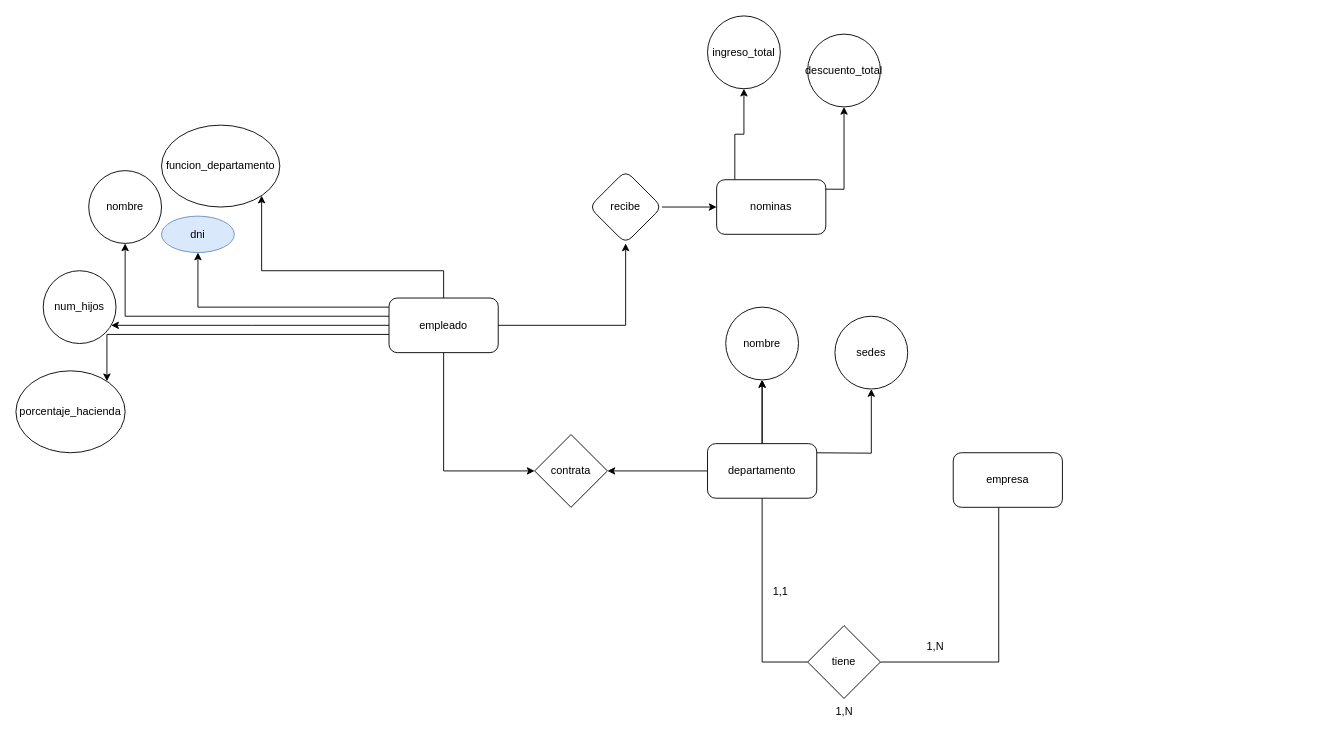
Above: page "Page-1" (1 of 2) of EXAMENRECUPERACIONBBD.drawio in Ekret/base-datos (draw.io), before the change. Source tidied: cells renumbered, new cells numbered last; positions are measured from the earlier drawing's top-left corner, leaving out a move shared by most shapes. Both pictures are drawn from the tidied source at 91%, with x=0, y=0 at pixel (15, 15).
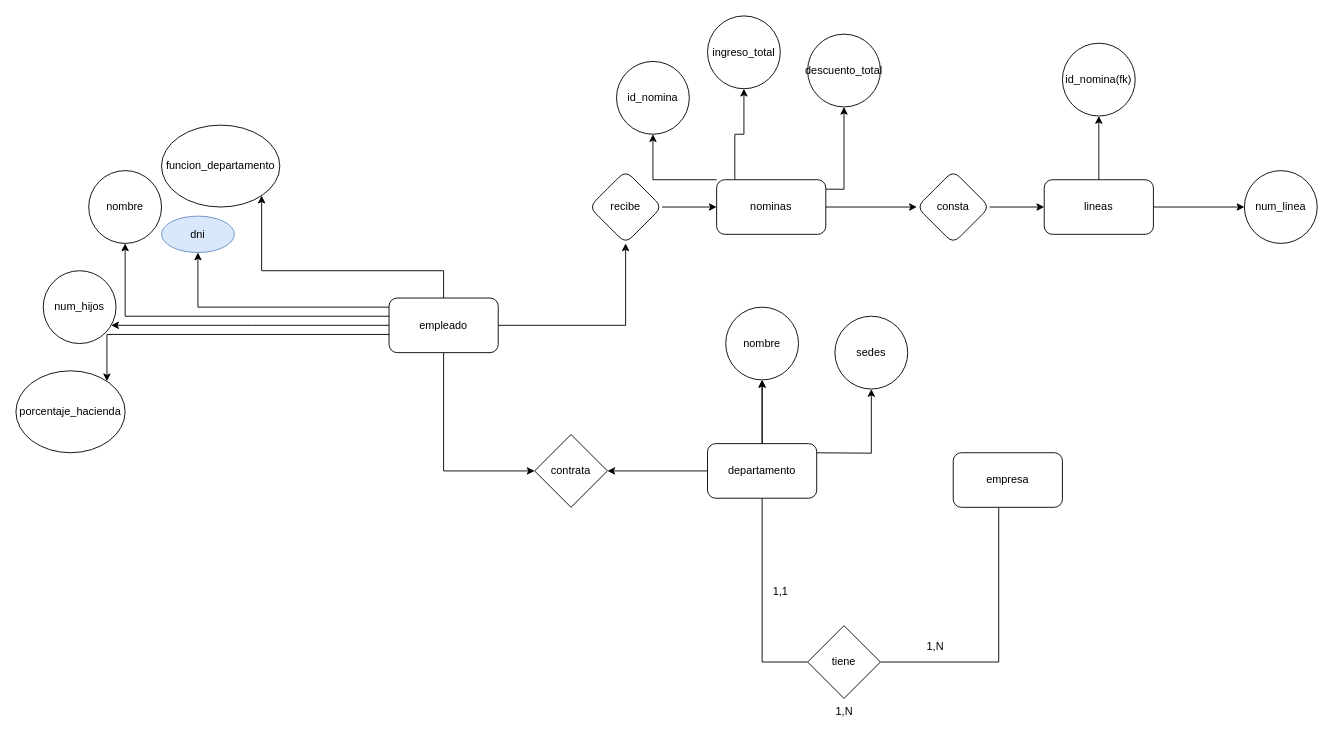
The same page after the edit.

The change refers to these unchanged cells:
```xml
<mxCell id="27" value="nominas" style="whiteSpace=wrap;html=1;rounded=1;" parent="1" vertex="1">
  <mxGeometry x="770" y="180" width="120" height="60" as="geometry" />
</mxCell>
```

Diff of the diagram source:
```diff
@@
+    <mxCell id="37" style="edgeStyle=orthogonalEdgeStyle;rounded=0;jettySize=auto;html=1;" parent="1" edge="1" source="27" target="40">
+      <mxGeometry relative="1" as="geometry" />
+    </mxCell>
+    <mxCell id="38" style="edgeStyle=orthogonalEdgeStyle;rounded=0;jettySize=auto;html=1;" parent="1" edge="1" source="27" target="45">
+      <mxGeometry relative="1" as="geometry">
+        <Array as="points">
+          <mxPoint x="700" y="180" />
+        </Array>
+      </mxGeometry>
+    </mxCell>
@@
+    <mxCell id="39" style="edgeStyle=orthogonalEdgeStyle;rounded=0;jettySize=auto;html=1;" parent="1" edge="1" source="40" target="43">
+      <mxGeometry relative="1" as="geometry" />
+    </mxCell>
+    <mxCell id="40" value="consta" style="rhombus;whiteSpace=wrap;html=1;rounded=1;" parent="1" vertex="1">
+      <mxGeometry x="990" y="170" width="80" height="80" as="geometry" />
+    </mxCell>
+    <mxCell id="41" style="edgeStyle=orthogonalEdgeStyle;rounded=0;jettySize=auto;html=1;" parent="1" edge="1" source="43" target="44">
+      <mxGeometry relative="1" as="geometry" />
+    </mxCell>
+    <mxCell id="42" style="edgeStyle=orthogonalEdgeStyle;rounded=0;jettySize=auto;html=1;" parent="1" edge="1" source="43" target="46">
+      <mxGeometry relative="1" as="geometry" />
+    </mxCell>
+    <mxCell id="43" value="lineas" style="whiteSpace=wrap;html=1;rounded=1;" parent="1" vertex="1">
+      <mxGeometry x="1130" y="180" width="120" height="60" as="geometry" />
+    </mxCell>
+    <mxCell id="44" value="id_nomina(fk)" style="ellipse;whiteSpace=wrap;html=1;rounded=1;" parent="1" vertex="1">
+      <mxGeometry x="1150" y="30" width="80" height="80" as="geometry" />
+    </mxCell>
+    <mxCell id="45" value="id_nomina" style="ellipse;whiteSpace=wrap;html=1;rounded=1;" parent="1" vertex="1">
+      <mxGeometry x="660" y="50" width="80" height="80" as="geometry" />
+    </mxCell>
+    <mxCell id="46" value="num_linea" style="ellipse;whiteSpace=wrap;html=1;rounded=1;" parent="1" vertex="1">
+      <mxGeometry x="1350" y="170" width="80" height="80" as="geometry" />
+    </mxCell>
```
